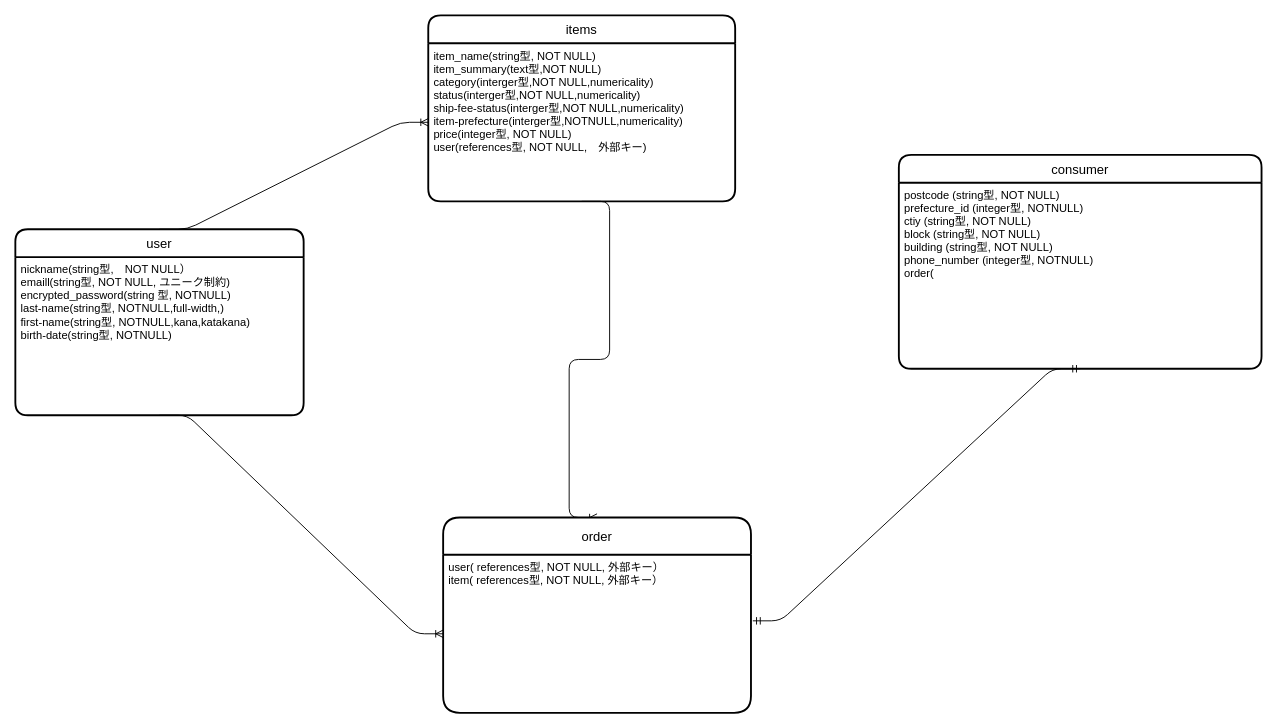
Above: furima.dio in c244a0/furima-38196 (draw.io), before the change. Source tidied: cells renumbered, new cells numbered last; positions are measured from the earlier drawing's top-left corner, leaving out a move shared by most shapes. Both pictures are drawn from the tidied source at 93%, with x=0, y=0 at pixel (15, 15).
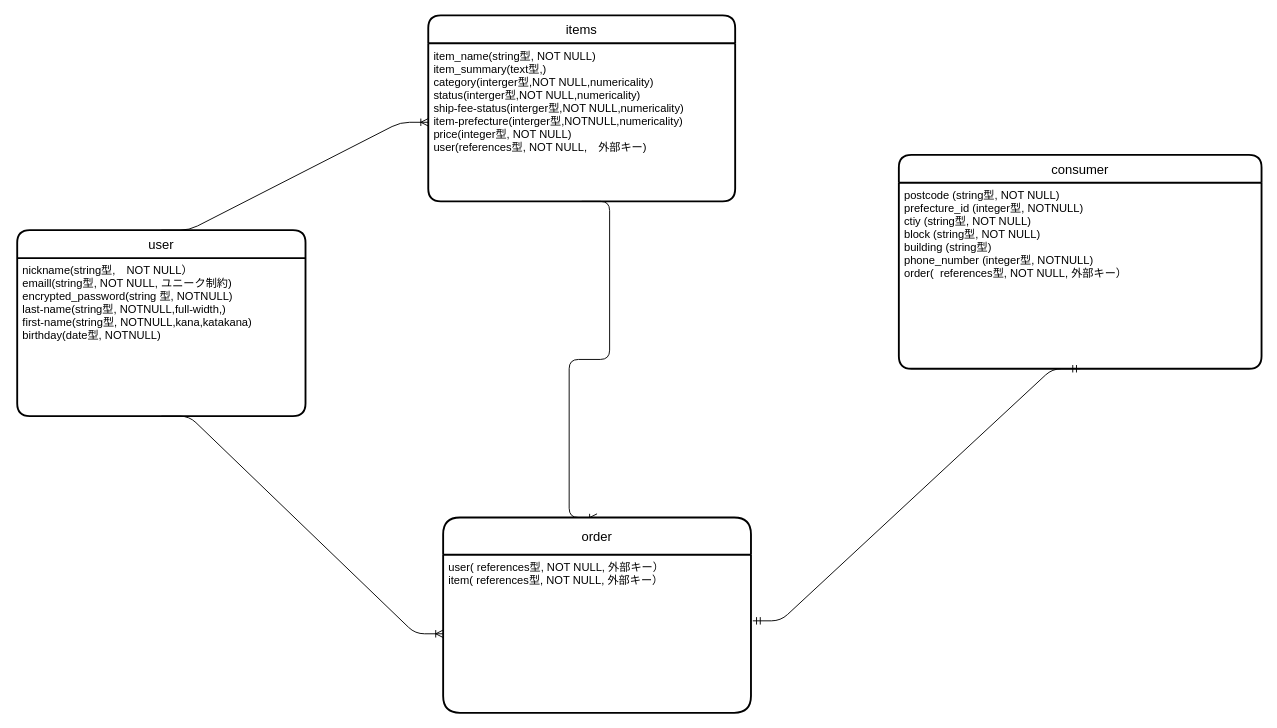
Above is the later version.

Commit message (it also covers changes not shown here):
データベース設計　修正版

Change to the diagram source:
```diff
@@
 <mxGraphModel>
   <root>
     <mxCell id="0" />
     <mxCell id="1" parent="0" />
     <mxCell id="2" value="user" style="swimlane;horizontal=1;startSize=30;rounded=1;fontSize=14;fontStyle=0;strokeWidth=2;shadow=0;dashed=0;align=center;" parent="1" vertex="1">
-      <mxGeometry y="230" width="310" height="200" as="geometry" />
+      <mxGeometry x="2" y="231" width="310" height="200" as="geometry" />
     </mxCell>
-    <mxCell id="3" value="nickname(string型,　NOT NULL）&#10;emaill(string型, NOT NULL, ユニーク制約)&#10;encrypted_password(string 型, NOTNULL)&#10;last-name(string型, NOTNULL,full-width,)&#10;first-name(string型, NOTNULL,kana,katakana)&#10;birth-date(string型, NOTNULL)" style="align=left;strokeColor=none;fillColor=none;spacingLeft=4;fontSize=12;verticalAlign=top;" parent="2" vertex="1">
+    <mxCell id="3" value="nickname(string型,　NOT NULL）&#10;emaill(string型, NOT NULL, ユニーク制約)&#10;encrypted_password(string 型, NOTNULL)&#10;last-name(string型, NOTNULL,full-width,)&#10;first-name(string型, NOTNULL,kana,katakana)&#10;birthday(date型, NOTNULL)" style="align=left;strokeColor=none;fillColor=none;spacingLeft=4;fontSize=12;verticalAlign=top;" parent="2" vertex="1">
       <mxGeometry y="30" width="310" height="170" as="geometry" />
     </mxCell>
     <mxCell id="4" value="items" style="swimlane;horizontal=1;startSize=30;rounded=1;fontSize=14;fontStyle=0;strokeWidth=2;shadow=0;dashed=0;align=center;" parent="1" vertex="1">
       <mxGeometry x="444" width="330" height="200" as="geometry" />
     </mxCell>
-    <mxCell id="5" value="item_name(string型, NOT NULL)&#10;item_summary(text型,NOT NULL)&#10;category(interger型,NOT NULL,numericality)&#10;status(interger型,NOT NULL,numericality)&#10;ship-fee-status(interger型,NOT NULL,numericality)&#10;item-prefecture(interger型,NOTNULL,numericality)&#10;price(integer型, NOT NULL)&#10;user(references型, NOT NULL,　外部キー)" style="align=left;strokeColor=none;fillColor=none;spacingLeft=4;fontSize=12;verticalAlign=top;" parent="4" vertex="1">
+    <mxCell id="5" value="item_name(string型, NOT NULL)&#10;item_summary(text型,)&#10;category(interger型,NOT NULL,numericality)&#10;status(interger型,NOT NULL,numericality)&#10;ship-fee-status(interger型,NOT NULL,numericality)&#10;item-prefecture(interger型,NOTNULL,numericality)&#10;price(integer型, NOT NULL)&#10;user(references型, NOT NULL,　外部キー)" style="align=left;strokeColor=none;fillColor=none;spacingLeft=4;fontSize=12;verticalAlign=top;" parent="4" vertex="1">
       <mxGeometry y="30" width="330" height="170" as="geometry" />
     </mxCell>
     <mxCell id="6" style="edgeStyle=entityRelationEdgeStyle;fontSize=12;html=1;endArrow=ERoneToMany;exitX=0.5;exitY=0;exitDx=0;exitDy=0;entryX=0;entryY=0.5;entryDx=0;entryDy=0;" parent="1" edge="1" source="2" target="5">
       <mxGeometry relative="1" as="geometry" />
     </mxCell>
     <mxCell id="7" style="edgeStyle=entityRelationEdgeStyle;fontSize=12;html=1;endArrow=ERoneToMany;exitX=0.5;exitY=1;exitDx=0;exitDy=0;entryX=0;entryY=0.5;entryDx=0;entryDy=0;" parent="1" edge="1" source="3" target="12">
       <mxGeometry relative="1" as="geometry" />
     </mxCell>
     <mxCell id="8" style="edgeStyle=entityRelationEdgeStyle;fontSize=12;html=1;endArrow=ERoneToMany;entryX=0.5;entryY=0;entryDx=0;entryDy=0;exitX=0.5;exitY=1;exitDx=0;exitDy=0;" parent="1" edge="1" source="5" target="11">
       <mxGeometry relative="1" as="geometry" />
     </mxCell>
     <mxCell id="9" value="consumer" style="swimlane;horizontal=1;startSize=30;rounded=1;fontSize=14;fontStyle=0;strokeWidth=2;shadow=0;dashed=0;align=center;" parent="1" vertex="1">
       <mxGeometry x="950" y="150" width="390" height="230" as="geometry" />
     </mxCell>
-    <mxCell id="10" value="postcode (string型, NOT NULL)&#10;prefecture_id (integer型, NOTNULL)&#10;ctiy (string型, NOT NULL)&#10;block (string型, NOT NULL)&#10;building (string型, NOT NULL)&#10;phone_number (integer型, NOTNULL)&#10;order( " style="align=left;strokeColor=none;fillColor=none;spacingLeft=4;fontSize=12;verticalAlign=top;" parent="9" vertex="1">
+    <mxCell id="10" value="postcode (string型, NOT NULL)&#10;prefecture_id (integer型, NOTNULL)&#10;ctiy (string型, NOT NULL)&#10;block (string型, NOT NULL)&#10;building (string型)&#10;phone_number (integer型, NOTNULL)&#10;order(  references型, NOT NULL, 外部キー）" style="align=left;strokeColor=none;fillColor=none;spacingLeft=4;fontSize=12;verticalAlign=top;" parent="9" vertex="1">
       <mxGeometry y="30" width="390" height="200" as="geometry" />
     </mxCell>
     <mxCell id="11" value="order" style="swimlane;horizontal=1;startSize=40;rounded=1;fontSize=14;fontStyle=0;strokeWidth=2;shadow=0;dashed=0;align=center;" parent="1" vertex="1">
       <mxGeometry x="460" y="540" width="331" height="210" as="geometry" />
     </mxCell>
     <mxCell id="12" value="user( references型, NOT NULL, 外部キー）&#10;item( references型, NOT NULL, 外部キー）" style="align=left;strokeColor=none;fillColor=none;spacingLeft=4;fontSize=12;verticalAlign=top;" parent="11" vertex="1">
       <mxGeometry y="40" width="331" height="170" as="geometry" />
     </mxCell>
     <mxCell id="13" style="edgeStyle=entityRelationEdgeStyle;fontSize=12;html=1;endArrow=ERmandOne;startArrow=ERmandOne;exitX=1.006;exitY=0.418;exitDx=0;exitDy=0;exitPerimeter=0;entryX=0.5;entryY=1;entryDx=0;entryDy=0;" parent="1" edge="1" source="12" target="10">
       <mxGeometry relative="1" as="geometry" />
     </mxCell>
   </root>
 </mxGraphModel>
```
